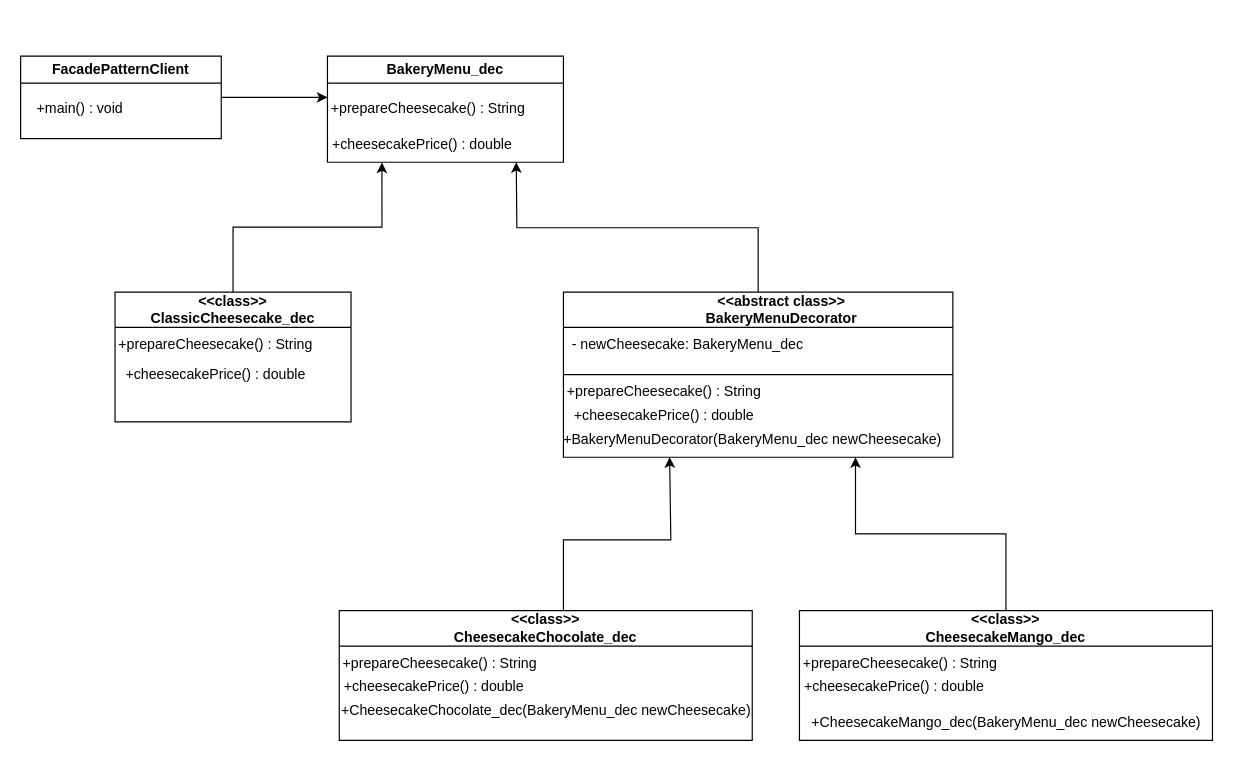
Earlier version of the draw.io diagram decorator_diagram.drawio (mariareee/Design_Patterns_PROJECT). Source tidied: cells renumbered, new cells numbered last; positions are measured from the earlier drawing's top-left corner, leaving out a move shared by most shapes. Both pictures are drawn from the tidied source at 118%, with x=0, y=0 at pixel (20, 55).
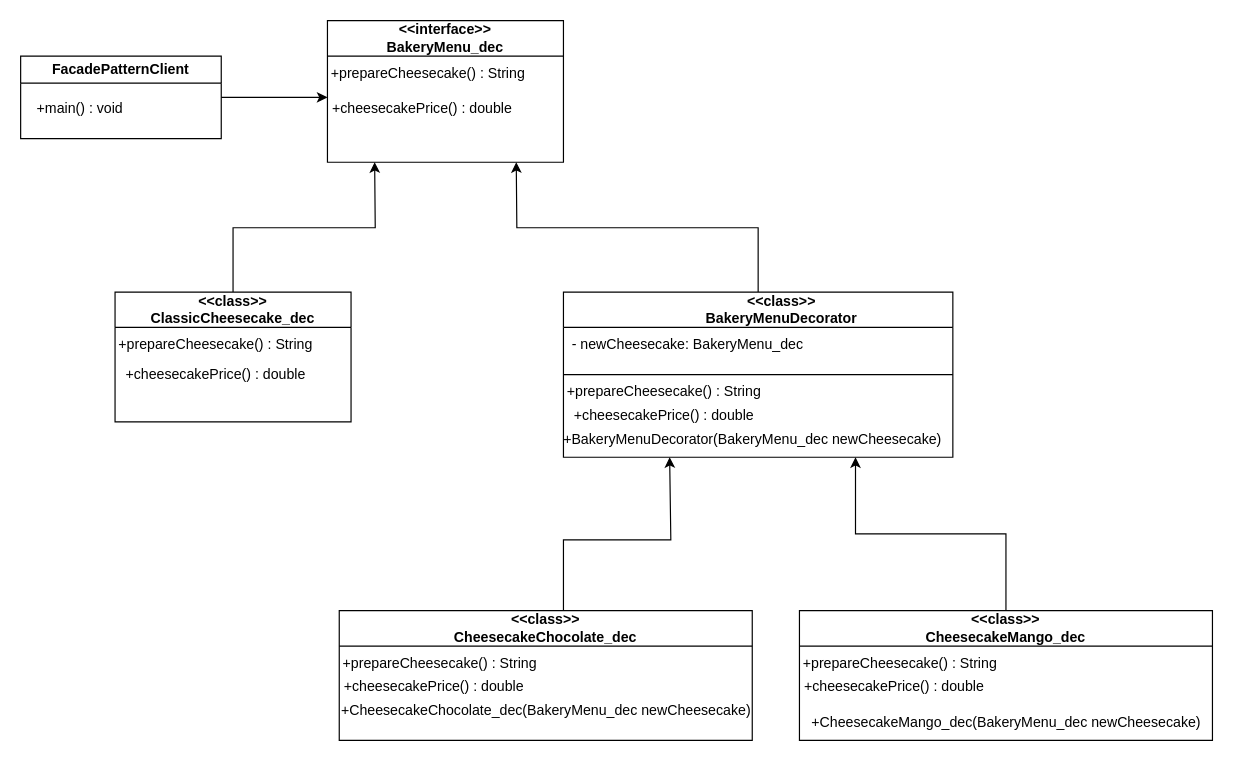
After the change.

The change refers to these unchanged cells:
```xml
<mxCell id="7" value="+cheesecakePrice() : double" style="text;html=1;align=center;verticalAlign=middle;points=[];strokeColor=none;fillColor=none;" parent="5" vertex="1">
  <mxGeometry x="-10" y="60" width="180" height="30" as="geometry" />
</mxCell>
<mxCell id="15" value="&amp;lt;&amp;lt;class&amp;gt;&amp;gt;&lt;br&gt;ClassicCheesecake_dec" style="swimlane;whiteSpace=wrap;html=1;startSize=30;" parent="1" vertex="1">
  <mxGeometry x="80" y="200" width="200" height="110" as="geometry" />
</mxCell>
```

The edit, as a diff of the source:
```diff
@@
-    <mxCell id="5" value="BakeryMenu_dec" style="swimlane;whiteSpace=wrap;html=1;" parent="1" vertex="1">
-      <mxGeometry x="260" width="200" height="90" as="geometry" />
+    <mxCell id="5" value="&amp;lt;&amp;lt;interface&amp;gt;&amp;gt;&lt;br&gt;BakeryMenu_dec" style="swimlane;whiteSpace=wrap;html=1;startSize=30;" parent="1" vertex="1">
+      <mxGeometry x="260" y="-30" width="200" height="120" as="geometry" />
     </mxCell>
@@
-    <mxCell id="9" value="&lt;blockquote style=&quot;margin: 0 0 0 40px; border: none; padding: 0px;&quot;&gt;&amp;lt;&amp;lt;abstract class&amp;gt;&amp;gt;&lt;/blockquote&gt;&lt;blockquote style=&quot;margin: 0 0 0 40px; border: none; padding: 0px;&quot;&gt;Bakery&lt;span style=&quot;background-color: initial;&quot;&gt;MenuDecorator&lt;/span&gt;&lt;/blockquote&gt;" style="swimlane;whiteSpace=wrap;html=1;startSize=30;" parent="1" vertex="1">
+    <mxCell id="9" value="&lt;blockquote style=&quot;margin: 0 0 0 40px; border: none; padding: 0px;&quot;&gt;&amp;lt;&amp;lt;class&amp;gt;&amp;gt;&lt;/blockquote&gt;&lt;blockquote style=&quot;margin: 0 0 0 40px; border: none; padding: 0px;&quot;&gt;Bakery&lt;span style=&quot;background-color: initial;&quot;&gt;MenuDecorator&lt;/span&gt;&lt;/blockquote&gt;" style="swimlane;whiteSpace=wrap;html=1;startSize=30;" parent="1" vertex="1">
       <mxGeometry x="460" y="200" width="330" height="140" as="geometry" />
     </mxCell>
@@
-    <mxCell id="14" style="edgeStyle=orthogonalEdgeStyle;rounded=0;jettySize=auto;html=1;exitX=0.5;exitY=0;exitDx=0;exitDy=0;entryX=0.312;entryY=1.007;entryDx=0;entryDy=0;entryPerimeter=0;" parent="1" edge="1" source="15" target="7">
-      <mxGeometry relative="1" as="geometry" />
+    <mxCell id="14" style="edgeStyle=orthogonalEdgeStyle;rounded=0;jettySize=auto;html=1;exitX=0.5;exitY=0;exitDx=0;exitDy=0;" parent="1" edge="1" source="15">
+      <mxGeometry relative="1" as="geometry">
+        <mxPoint x="300" y="90" as="targetPoint" />
+      </mxGeometry>
     </mxCell>
```
